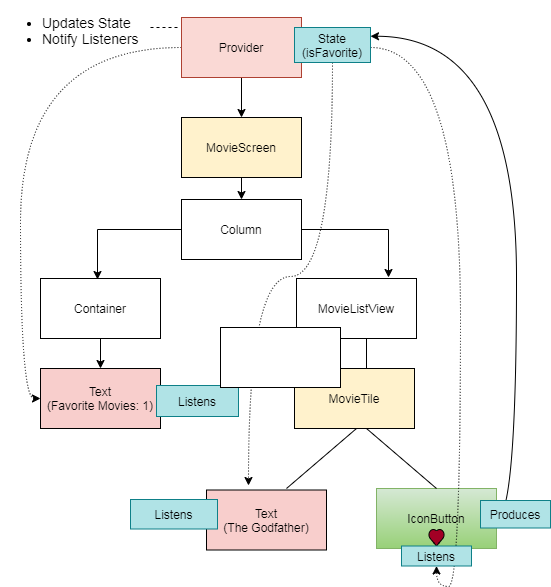
This is flutter/stmang14.png from walkingtree/images, a draw.io export, as it was before one commit. Source tidied: cells renumbered, new cells last; positions are measured from the earlier drawing's top-left corner, leaving out a move shared by most shapes. The source it was exported from:
```xml
<mxGraphModel>
  <root>
    <mxCell id="0" />
    <mxCell id="1" parent="0" />
    <mxCell id="2" value="MovieListView" style="whiteSpace=wrap;html=1;sketch=0;comic=0;backgroundOutline=0;labelBackgroundColor=none;labelBorderColor=none;" parent="1" vertex="1">
      <mxGeometry x="296" y="271" width="120" height="60" as="geometry" />
    </mxCell>
    <mxCell id="3" value="Text&lt;br&gt;(The Godfather)" style="whiteSpace=wrap;html=1;fillColor=#f8cecc;sketch=0;comic=0;backgroundOutline=0;labelBackgroundColor=none;labelBorderColor=none;" parent="1" vertex="1">
      <mxGeometry x="206" y="482.5" width="120" height="60" as="geometry" />
    </mxCell>
    <mxCell id="4" style="edgeStyle=orthogonalEdgeStyle;curved=1;rounded=0;jettySize=auto;html=1;exitX=1;exitY=0.5;exitDx=0;exitDy=0;entryX=1;entryY=0.25;entryDx=0;entryDy=0;strokeWidth=1;" parent="1" edge="1" source="5" target="26">
      <mxGeometry relative="1" as="geometry" />
    </mxCell>
    <mxCell id="5" value="IconButton&lt;br&gt;" style="whiteSpace=wrap;html=1;fillColor=#d5e8d4;sketch=0;comic=0;backgroundOutline=0;labelBackgroundColor=none;labelBorderColor=none;strokeColor=#82b366;gradientColor=#97d077;" parent="1" vertex="1">
      <mxGeometry x="376" y="481" width="120" height="60" as="geometry" />
    </mxCell>
    <mxCell id="6" value="MovieTile" style="whiteSpace=wrap;html=1;fillColor=#fff2cc;sketch=0;comic=0;backgroundOutline=0;labelBackgroundColor=none;labelBorderColor=none;" parent="1" vertex="1">
      <mxGeometry x="294" y="361" width="120" height="60" as="geometry" />
    </mxCell>
    <mxCell id="7" style="endArrow=none;html=1;sketch=0;comic=0;backgroundOutline=0;labelBackgroundColor=none;labelBorderColor=none;" parent="1" edge="1">
      <mxGeometry relative="1" as="geometry">
        <mxPoint x="286" y="481" as="sourcePoint" />
        <mxPoint x="356" y="421" as="targetPoint" />
      </mxGeometry>
    </mxCell>
    <mxCell id="8" style="endArrow=none;html=1;exitX=0.5;exitY=0;exitDx=0;exitDy=0;sketch=0;comic=0;backgroundOutline=0;labelBackgroundColor=none;labelBorderColor=none;" parent="1" edge="1" source="5">
      <mxGeometry relative="1" as="geometry">
        <mxPoint x="366" y="421" as="targetPoint" />
      </mxGeometry>
    </mxCell>
    <mxCell id="9" style="endArrow=none;html=1;sketch=0;comic=0;backgroundOutline=0;labelBackgroundColor=none;labelBorderColor=none;" parent="1" edge="1">
      <mxGeometry relative="1" as="geometry">
        <mxPoint x="366" y="361" as="sourcePoint" />
        <mxPoint x="366" y="331" as="targetPoint" />
      </mxGeometry>
    </mxCell>
    <mxCell id="10" style="edgeStyle=orthogonalEdgeStyle;rounded=0;jettySize=auto;html=1;sketch=0;comic=0;backgroundOutline=0;labelBackgroundColor=none;labelBorderColor=none;" parent="1" edge="1" source="11" target="14">
      <mxGeometry relative="1" as="geometry" />
    </mxCell>
    <mxCell id="11" value="MovieScreen" style="whiteSpace=wrap;html=1;fillColor=#fff2cc;sketch=0;comic=0;backgroundOutline=0;labelBackgroundColor=none;labelBorderColor=none;" parent="1" vertex="1">
      <mxGeometry x="181" y="110" width="120" height="60" as="geometry" />
    </mxCell>
    <mxCell id="12" style="edgeStyle=orthogonalEdgeStyle;rounded=0;jettySize=auto;html=1;sketch=0;comic=0;backgroundOutline=0;labelBackgroundColor=none;labelBorderColor=none;" parent="1" edge="1" source="14">
      <mxGeometry relative="1" as="geometry">
        <mxPoint x="97" y="272" as="targetPoint" />
      </mxGeometry>
    </mxCell>
    <mxCell id="13" style="edgeStyle=orthogonalEdgeStyle;rounded=0;jettySize=auto;html=1;sketch=0;comic=0;backgroundOutline=0;labelBackgroundColor=none;labelBorderColor=none;" parent="1" edge="1" source="14">
      <mxGeometry relative="1" as="geometry">
        <mxPoint x="388" y="270" as="targetPoint" />
      </mxGeometry>
    </mxCell>
    <mxCell id="14" value="Column" style="whiteSpace=wrap;html=1;sketch=0;comic=0;backgroundOutline=0;labelBackgroundColor=none;labelBorderColor=none;" parent="1" vertex="1">
      <mxGeometry x="181" y="192" width="120" height="60" as="geometry" />
    </mxCell>
    <mxCell id="15" value="Text&lt;br&gt;(Favorite Movies: 1)&lt;br&gt;" style="whiteSpace=wrap;html=1;fillColor=#f8cecc;sketch=0;comic=0;backgroundOutline=0;labelBackgroundColor=none;labelBorderColor=none;" parent="1" vertex="1">
      <mxGeometry x="40" y="361" width="120" height="60" as="geometry" />
    </mxCell>
    <mxCell id="16" style="edgeStyle=orthogonalEdgeStyle;rounded=0;jettySize=auto;html=1;sketch=0;comic=0;backgroundOutline=0;labelBackgroundColor=none;labelBorderColor=none;" parent="1" edge="1" source="17" target="15">
      <mxGeometry relative="1" as="geometry" />
    </mxCell>
    <mxCell id="17" value="Container" style="whiteSpace=wrap;html=1;sketch=0;comic=0;backgroundOutline=0;labelBackgroundColor=none;labelBorderColor=none;" parent="1" vertex="1">
      <mxGeometry x="40" y="271" width="120" height="60" as="geometry" />
    </mxCell>
    <mxCell id="18" style="verticalLabelPosition=bottom;verticalAlign=top;html=1;shape=mxgraph.basic.heart;fillColor=#a20025;fontColor=#ffffff;sketch=0;comic=0;backgroundOutline=0;labelBackgroundColor=none;labelBorderColor=none;" parent="1" vertex="1">
      <mxGeometry x="428" y="521.5" width="16" height="17" as="geometry" />
    </mxCell>
    <mxCell id="19" value="Listens" style="rounded=0;whiteSpace=wrap;html=1;labelBackgroundColor=none;strokeColor=#0e8088;fillColor=#b0e3e6;" parent="1" vertex="1">
      <mxGeometry x="130" y="492" width="87" height="29.5" as="geometry" />
    </mxCell>
    <mxCell id="20" value="Listens" style="rounded=0;whiteSpace=wrap;html=1;labelBackgroundColor=none;strokeColor=#0e8088;fillColor=#b0e3e6;" parent="1" vertex="1">
      <mxGeometry x="156" y="378" width="82" height="31" as="geometry" />
    </mxCell>
    <mxCell id="21" style="edgeStyle=orthogonalEdgeStyle;rounded=0;jettySize=auto;html=1;entryX=0.5;entryY=0;entryDx=0;entryDy=0;" parent="1" edge="1" source="23" target="11">
      <mxGeometry relative="1" as="geometry" />
    </mxCell>
    <mxCell id="22" style="edgeStyle=orthogonalEdgeStyle;curved=1;rounded=0;jettySize=auto;html=1;entryX=0;entryY=0.5;entryDx=0;entryDy=0;fillColor=#0E8088;strokeWidth=1;dashed=1;dashPattern=1 2;" parent="1" edge="1" source="23" target="15">
      <mxGeometry relative="1" as="geometry" />
    </mxCell>
    <mxCell id="23" value="Provider" style="rounded=0;whiteSpace=wrap;html=1;fillColor=#fad9d5;strokeColor=#ae4132;" parent="1" vertex="1">
      <mxGeometry x="181" y="10" width="120" height="60" as="geometry" />
    </mxCell>
    <mxCell id="24" style="edgeStyle=orthogonalEdgeStyle;jettySize=auto;html=1;entryX=0.35;entryY=-0.075;entryDx=0;entryDy=0;entryPerimeter=0;fillColor=#0E8088;curved=1;dashed=1;dashPattern=1 2;" parent="1" edge="1" source="26" target="3">
      <mxGeometry relative="1" as="geometry">
        <Array as="points">
          <mxPoint x="332" y="269" />
          <mxPoint x="248" y="269" />
        </Array>
      </mxGeometry>
    </mxCell>
    <mxCell id="25" style="edgeStyle=orthogonalEdgeStyle;curved=1;jettySize=auto;html=1;entryX=0.5;entryY=1;entryDx=0;entryDy=0;strokeWidth=1;fillColor=#0E8088;dashed=1;dashPattern=1 2;" parent="1" edge="1" source="26" target="31">
      <mxGeometry relative="1" as="geometry">
        <Array as="points">
          <mxPoint x="460" y="40" />
          <mxPoint x="460" y="579" />
          <mxPoint x="436" y="579" />
        </Array>
      </mxGeometry>
    </mxCell>
    <mxCell id="26" value="State&lt;br&gt;(isFavorite)" style="rounded=0;whiteSpace=wrap;html=1;fillColor=#b0e3e6;strokeColor=#0e8088;" parent="1" vertex="1">
      <mxGeometry x="294" y="20" width="76" height="35" as="geometry" />
    </mxCell>
    <mxCell id="27" value="Produces" style="rounded=0;whiteSpace=wrap;html=1;fillColor=#b0e3e6;strokeColor=#0e8088;" parent="1" vertex="1">
      <mxGeometry x="480" y="493" width="70" height="27.5" as="geometry" />
    </mxCell>
    <mxCell id="28" value="&lt;ul style=&quot;font-size: 14px&quot;&gt;&lt;li&gt;Updates State&lt;/li&gt;&lt;li&gt;Notify Listeners&lt;/li&gt;&lt;/ul&gt;" style="text;html=1;strokeColor=none;fillColor=none;align=left;verticalAlign=middle;whiteSpace=wrap;rounded=0;" parent="1" vertex="1">
      <mxGeometry width="150" height="45" as="geometry" />
    </mxCell>
    <mxCell id="29" style="endArrow=none;dashed=1;html=1;strokeWidth=1;fillColor=#0E8088;" parent="1" edge="1">
      <mxGeometry relative="1" as="geometry">
        <mxPoint x="150" y="20" as="sourcePoint" />
        <mxPoint x="180" y="20" as="targetPoint" />
      </mxGeometry>
    </mxCell>
    <mxCell id="30" style="rounded=0;whiteSpace=wrap;html=1;" parent="1" vertex="1">
      <mxGeometry x="220" y="320" width="120" height="60" as="geometry" />
    </mxCell>
    <mxCell id="31" value="Listens" style="rounded=0;whiteSpace=wrap;html=1;fillColor=#b0e3e6;strokeColor=#0e8088;" parent="1" vertex="1">
      <mxGeometry x="401" y="538.5" width="70" height="20" as="geometry" />
    </mxCell>
  </root>
</mxGraphModel>
```
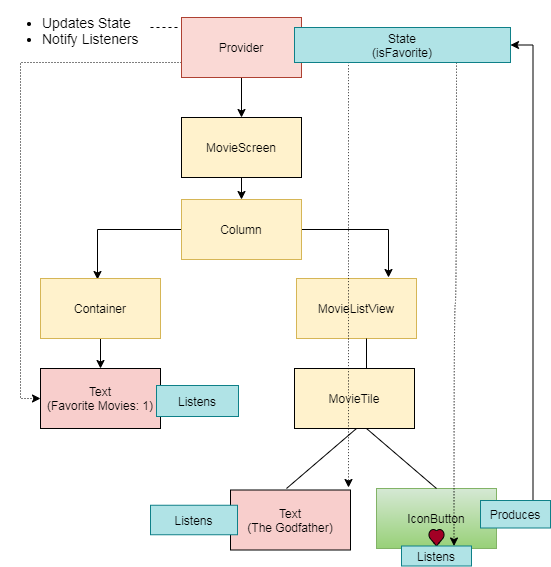
After the commit.

Diff of the diagram source:
```diff
@@ -2,55 +2,52 @@
   <root>
     <mxCell id="0" />
     <mxCell id="1" parent="0" />
-    <mxCell id="2" value="MovieListView" style="whiteSpace=wrap;html=1;sketch=0;comic=0;backgroundOutline=0;labelBackgroundColor=none;labelBorderColor=none;" parent="1" vertex="1">
+    <mxCell id="2" value="MovieListView" style="whiteSpace=wrap;html=1;sketch=0;comic=0;backgroundOutline=0;labelBackgroundColor=none;labelBorderColor=none;fillColor=#fff2cc;strokeColor=#d6b656;" parent="1" vertex="1">
       <mxGeometry x="296" y="271" width="120" height="60" as="geometry" />
     </mxCell>
     <mxCell id="3" value="Text&lt;br&gt;(The Godfather)" style="whiteSpace=wrap;html=1;fillColor=#f8cecc;sketch=0;comic=0;backgroundOutline=0;labelBackgroundColor=none;labelBorderColor=none;" parent="1" vertex="1">
-      <mxGeometry x="206" y="482.5" width="120" height="60" as="geometry" />
+      <mxGeometry x="230" y="482.5" width="120" height="60" as="geometry" />
     </mxCell>
-    <mxCell id="4" style="edgeStyle=orthogonalEdgeStyle;curved=1;rounded=0;jettySize=auto;html=1;exitX=1;exitY=0.5;exitDx=0;exitDy=0;entryX=1;entryY=0.25;entryDx=0;entryDy=0;strokeWidth=1;" parent="1" edge="1" source="5" target="26">
-      <mxGeometry relative="1" as="geometry" />
-    </mxCell>
     <mxCell id="5" value="IconButton&lt;br&gt;" style="whiteSpace=wrap;html=1;fillColor=#d5e8d4;sketch=0;comic=0;backgroundOutline=0;labelBackgroundColor=none;labelBorderColor=none;strokeColor=#82b366;gradientColor=#97d077;" parent="1" vertex="1">
       <mxGeometry x="376" y="481" width="120" height="60" as="geometry" />
     </mxCell>
     <mxCell id="6" value="MovieTile" style="whiteSpace=wrap;html=1;fillColor=#fff2cc;sketch=0;comic=0;backgroundOutline=0;labelBackgroundColor=none;labelBorderColor=none;" parent="1" vertex="1">
       <mxGeometry x="294" y="361" width="120" height="60" as="geometry" />
     </mxCell>
-    <mxCell id="7" style="endArrow=none;html=1;sketch=0;comic=0;backgroundOutline=0;labelBackgroundColor=none;labelBorderColor=none;" parent="1" edge="1">
-      <mxGeometry relative="1" as="geometry">
-        <mxPoint x="286" y="481" as="sourcePoint" />
-        <mxPoint x="356" y="421" as="targetPoint" />
-      </mxGeometry>
-    </mxCell>
-    <mxCell id="8" style="endArrow=none;html=1;exitX=0.5;exitY=0;exitDx=0;exitDy=0;sketch=0;comic=0;backgroundOutline=0;labelBackgroundColor=none;labelBorderColor=none;" parent="1" edge="1" source="5">
-      <mxGeometry relative="1" as="geometry">
-        <mxPoint x="366" y="421" as="targetPoint" />
-      </mxGeometry>
-    </mxCell>
-    <mxCell id="9" style="endArrow=none;html=1;sketch=0;comic=0;backgroundOutline=0;labelBackgroundColor=none;labelBorderColor=none;" parent="1" edge="1">
-      <mxGeometry relative="1" as="geometry">
-        <mxPoint x="366" y="361" as="sourcePoint" />
-        <mxPoint x="366" y="331" as="targetPoint" />
-      </mxGeometry>
-    </mxCell>
+    <mxCell id="32" style="endArrow=none;html=1;sketch=0;comic=0;backgroundOutline=0;labelBackgroundColor=none;labelBorderColor=none;" parent="1" edge="1">
+      <mxGeometry relative="1" as="geometry">
+        <mxPoint x="286" y="481" as="sourcePoint" />
+        <mxPoint x="356" y="421" as="targetPoint" />
+      </mxGeometry>
+    </mxCell>
+    <mxCell id="33" style="endArrow=none;html=1;exitX=0.5;exitY=0;exitDx=0;exitDy=0;sketch=0;comic=0;backgroundOutline=0;labelBackgroundColor=none;labelBorderColor=none;" parent="1" edge="1" source="5">
+      <mxGeometry relative="1" as="geometry">
+        <mxPoint x="366" y="421" as="targetPoint" />
+      </mxGeometry>
+    </mxCell>
+    <mxCell id="34" style="endArrow=none;html=1;sketch=0;comic=0;backgroundOutline=0;labelBackgroundColor=none;labelBorderColor=none;" parent="1" edge="1">
+      <mxGeometry relative="1" as="geometry">
+        <mxPoint x="366" y="361" as="sourcePoint" />
+        <mxPoint x="366" y="331" as="targetPoint" />
+      </mxGeometry>
+    </mxCell>
     <mxCell id="10" style="edgeStyle=orthogonalEdgeStyle;rounded=0;jettySize=auto;html=1;sketch=0;comic=0;backgroundOutline=0;labelBackgroundColor=none;labelBorderColor=none;" parent="1" edge="1" source="11" target="14">
       <mxGeometry relative="1" as="geometry" />
     </mxCell>
     <mxCell id="11" value="MovieScreen" style="whiteSpace=wrap;html=1;fillColor=#fff2cc;sketch=0;comic=0;backgroundOutline=0;labelBackgroundColor=none;labelBorderColor=none;" parent="1" vertex="1">
       <mxGeometry x="181" y="110" width="120" height="60" as="geometry" />
     </mxCell>
-    <mxCell id="12" style="edgeStyle=orthogonalEdgeStyle;rounded=0;jettySize=auto;html=1;sketch=0;comic=0;backgroundOutline=0;labelBackgroundColor=none;labelBorderColor=none;" parent="1" edge="1" source="14">
-      <mxGeometry relative="1" as="geometry">
-        <mxPoint x="97" y="272" as="targetPoint" />
-      </mxGeometry>
-    </mxCell>
-    <mxCell id="13" style="edgeStyle=orthogonalEdgeStyle;rounded=0;jettySize=auto;html=1;sketch=0;comic=0;backgroundOutline=0;labelBackgroundColor=none;labelBorderColor=none;" parent="1" edge="1" source="14">
-      <mxGeometry relative="1" as="geometry">
-        <mxPoint x="388" y="270" as="targetPoint" />
-      </mxGeometry>
-    </mxCell>
+    <mxCell id="35" style="edgeStyle=orthogonalEdgeStyle;rounded=0;jettySize=auto;html=1;sketch=0;comic=0;backgroundOutline=0;labelBackgroundColor=none;labelBorderColor=none;" parent="1" edge="1" source="14">
+      <mxGeometry relative="1" as="geometry">
+        <mxPoint x="97" y="272" as="targetPoint" />
+      </mxGeometry>
+    </mxCell>
+    <mxCell id="36" style="edgeStyle=orthogonalEdgeStyle;rounded=0;jettySize=auto;html=1;sketch=0;comic=0;backgroundOutline=0;labelBackgroundColor=none;labelBorderColor=none;" parent="1" edge="1" source="14">
+      <mxGeometry relative="1" as="geometry">
+        <mxPoint x="388" y="270" as="targetPoint" />
+      </mxGeometry>
+    </mxCell>
-    <mxCell id="14" value="Column" style="whiteSpace=wrap;html=1;sketch=0;comic=0;backgroundOutline=0;labelBackgroundColor=none;labelBorderColor=none;" parent="1" vertex="1">
+    <mxCell id="14" value="Column" style="whiteSpace=wrap;html=1;sketch=0;comic=0;backgroundOutline=0;labelBackgroundColor=none;labelBorderColor=none;fillColor=#fff2cc;strokeColor=#d6b656;" parent="1" vertex="1">
       <mxGeometry x="181" y="192" width="120" height="60" as="geometry" />
     </mxCell>
     <mxCell id="15" value="Text&lt;br&gt;(Favorite Movies: 1)&lt;br&gt;" style="whiteSpace=wrap;html=1;fillColor=#f8cecc;sketch=0;comic=0;backgroundOutline=0;labelBackgroundColor=none;labelBorderColor=none;" parent="1" vertex="1">
@@ -59,14 +56,14 @@
     <mxCell id="16" style="edgeStyle=orthogonalEdgeStyle;rounded=0;jettySize=auto;html=1;sketch=0;comic=0;backgroundOutline=0;labelBackgroundColor=none;labelBorderColor=none;" parent="1" edge="1" source="17" target="15">
       <mxGeometry relative="1" as="geometry" />
     </mxCell>
-    <mxCell id="17" value="Container" style="whiteSpace=wrap;html=1;sketch=0;comic=0;backgroundOutline=0;labelBackgroundColor=none;labelBorderColor=none;" parent="1" vertex="1">
+    <mxCell id="17" value="Container" style="whiteSpace=wrap;html=1;sketch=0;comic=0;backgroundOutline=0;labelBackgroundColor=none;labelBorderColor=none;fillColor=#fff2cc;strokeColor=#d6b656;" parent="1" vertex="1">
       <mxGeometry x="40" y="271" width="120" height="60" as="geometry" />
     </mxCell>
     <mxCell id="18" style="verticalLabelPosition=bottom;verticalAlign=top;html=1;shape=mxgraph.basic.heart;fillColor=#a20025;fontColor=#ffffff;sketch=0;comic=0;backgroundOutline=0;labelBackgroundColor=none;labelBorderColor=none;" parent="1" vertex="1">
       <mxGeometry x="428" y="521.5" width="16" height="17" as="geometry" />
     </mxCell>
     <mxCell id="19" value="Listens" style="rounded=0;whiteSpace=wrap;html=1;labelBackgroundColor=none;strokeColor=#0e8088;fillColor=#b0e3e6;" parent="1" vertex="1">
-      <mxGeometry x="130" y="492" width="87" height="29.5" as="geometry" />
+      <mxGeometry x="150" y="497.8" width="87" height="29.5" as="geometry" />
     </mxCell>
     <mxCell id="20" value="Listens" style="rounded=0;whiteSpace=wrap;html=1;labelBackgroundColor=none;strokeColor=#0e8088;fillColor=#b0e3e6;" parent="1" vertex="1">
       <mxGeometry x="156" y="378" width="82" height="31" as="geometry" />
@@ -74,47 +71,38 @@
     <mxCell id="21" style="edgeStyle=orthogonalEdgeStyle;rounded=0;jettySize=auto;html=1;entryX=0.5;entryY=0;entryDx=0;entryDy=0;" parent="1" edge="1" source="23" target="11">
       <mxGeometry relative="1" as="geometry" />
     </mxCell>
-    <mxCell id="22" style="edgeStyle=orthogonalEdgeStyle;curved=1;rounded=0;jettySize=auto;html=1;entryX=0;entryY=0.5;entryDx=0;entryDy=0;fillColor=#0E8088;strokeWidth=1;dashed=1;dashPattern=1 2;" parent="1" edge="1" source="23" target="15">
+    <mxCell id="22" style="edgeStyle=orthogonalEdgeStyle;rounded=0;jettySize=auto;html=1;entryX=0;entryY=0.5;entryDx=0;entryDy=0;fillColor=#0E8088;strokeWidth=1;dashed=1;dashPattern=1 2;exitX=0;exitY=0.75;exitDx=0;exitDy=0;" parent="1" edge="1" source="23" target="15">
       <mxGeometry relative="1" as="geometry" />
     </mxCell>
     <mxCell id="23" value="Provider" style="rounded=0;whiteSpace=wrap;html=1;fillColor=#fad9d5;strokeColor=#ae4132;" parent="1" vertex="1">
       <mxGeometry x="181" y="10" width="120" height="60" as="geometry" />
     </mxCell>
-    <mxCell id="24" style="edgeStyle=orthogonalEdgeStyle;jettySize=auto;html=1;entryX=0.35;entryY=-0.075;entryDx=0;entryDy=0;entryPerimeter=0;fillColor=#0E8088;curved=1;dashed=1;dashPattern=1 2;" parent="1" edge="1" source="26" target="3">
-      <mxGeometry relative="1" as="geometry">
-        <Array as="points">
-          <mxPoint x="332" y="269" />
-          <mxPoint x="248" y="269" />
-        </Array>
-      </mxGeometry>
-    </mxCell>
-    <mxCell id="25" style="edgeStyle=orthogonalEdgeStyle;curved=1;jettySize=auto;html=1;entryX=0.5;entryY=1;entryDx=0;entryDy=0;strokeWidth=1;fillColor=#0E8088;dashed=1;dashPattern=1 2;" parent="1" edge="1" source="26" target="31">
-      <mxGeometry relative="1" as="geometry">
-        <Array as="points">
-          <mxPoint x="460" y="40" />
-          <mxPoint x="460" y="579" />
-          <mxPoint x="436" y="579" />
-        </Array>
-      </mxGeometry>
+    <mxCell id="25" style="edgeStyle=orthogonalEdgeStyle;curved=1;rounded=0;jettySize=auto;html=1;exitX=0.75;exitY=1;exitDx=0;exitDy=0;entryX=0.75;entryY=0;entryDx=0;entryDy=0;dashed=1;dashPattern=1 2;" parent="1" edge="1" source="26" target="31">
+      <mxGeometry relative="1" as="geometry" />
     </mxCell>
+    <mxCell id="37" style="edgeStyle=orthogonalEdgeStyle;curved=1;rounded=0;jettySize=auto;html=1;exitX=0.25;exitY=1;exitDx=0;exitDy=0;dashed=1;dashPattern=1 2;" parent="1" edge="1" source="26">
+      <mxGeometry relative="1" as="geometry">
+        <mxPoint x="348" y="480" as="targetPoint" />
+      </mxGeometry>
+    </mxCell>
     <mxCell id="26" value="State&lt;br&gt;(isFavorite)" style="rounded=0;whiteSpace=wrap;html=1;fillColor=#b0e3e6;strokeColor=#0e8088;" parent="1" vertex="1">
-      <mxGeometry x="294" y="20" width="76" height="35" as="geometry" />
+      <mxGeometry x="294" y="20" width="216" height="35" as="geometry" />
     </mxCell>
+    <mxCell id="38" style="edgeStyle=orthogonalEdgeStyle;rounded=0;jettySize=auto;html=1;exitX=0.75;exitY=0;exitDx=0;exitDy=0;entryX=1;entryY=0.5;entryDx=0;entryDy=0;" parent="1" edge="1" source="27" target="26">
+      <mxGeometry relative="1" as="geometry" />
+    </mxCell>
     <mxCell id="27" value="Produces" style="rounded=0;whiteSpace=wrap;html=1;fillColor=#b0e3e6;strokeColor=#0e8088;" parent="1" vertex="1">
       <mxGeometry x="480" y="493" width="70" height="27.5" as="geometry" />
     </mxCell>
     <mxCell id="28" value="&lt;ul style=&quot;font-size: 14px&quot;&gt;&lt;li&gt;Updates State&lt;/li&gt;&lt;li&gt;Notify Listeners&lt;/li&gt;&lt;/ul&gt;" style="text;html=1;strokeColor=none;fillColor=none;align=left;verticalAlign=middle;whiteSpace=wrap;rounded=0;" parent="1" vertex="1">
       <mxGeometry width="150" height="45" as="geometry" />
     </mxCell>
-    <mxCell id="29" style="endArrow=none;dashed=1;html=1;strokeWidth=1;fillColor=#0E8088;" parent="1" edge="1">
-      <mxGeometry relative="1" as="geometry">
-        <mxPoint x="150" y="20" as="sourcePoint" />
-        <mxPoint x="180" y="20" as="targetPoint" />
-      </mxGeometry>
-    </mxCell>
-    <mxCell id="30" style="rounded=0;whiteSpace=wrap;html=1;" parent="1" vertex="1">
-      <mxGeometry x="220" y="320" width="120" height="60" as="geometry" />
-    </mxCell>
+    <mxCell id="39" style="endArrow=none;dashed=1;html=1;strokeWidth=1;fillColor=#0E8088;" parent="1" edge="1">
+      <mxGeometry relative="1" as="geometry">
+        <mxPoint x="150" y="20" as="sourcePoint" />
+        <mxPoint x="180" y="20" as="targetPoint" />
+      </mxGeometry>
+    </mxCell>
     <mxCell id="31" value="Listens" style="rounded=0;whiteSpace=wrap;html=1;fillColor=#b0e3e6;strokeColor=#0e8088;" parent="1" vertex="1">
       <mxGeometry x="401" y="538.5" width="70" height="20" as="geometry" />
     </mxCell>
```
